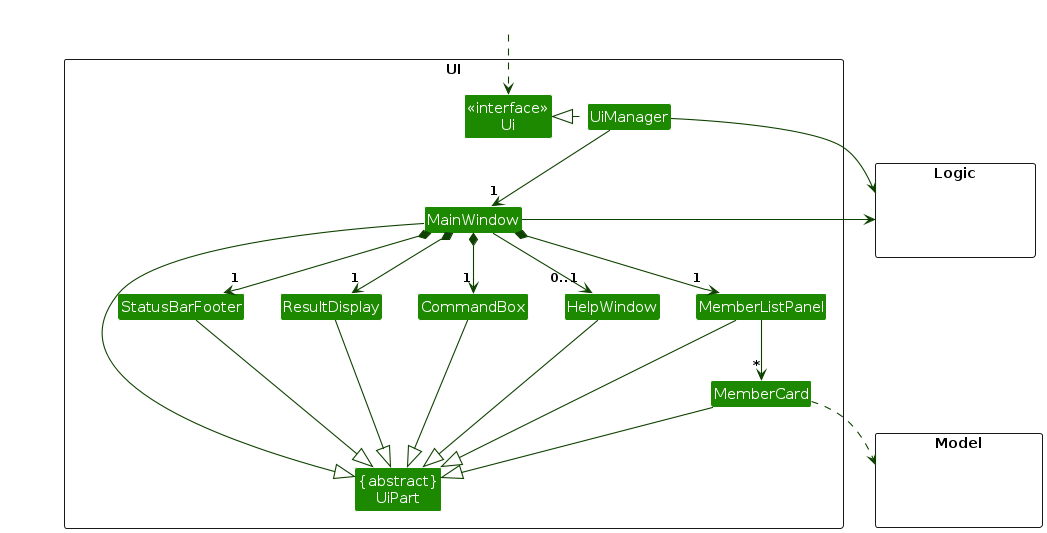
This is diagrams/UiClassDiagram.png from AY2526S1-CS2103T-T11-3/tp, a PlantUML export, as it was before one commit. Its source is kept beside it as diagrams/UiClassDiagram.puml. Its diagram source:
```plantuml
@startuml
!include style.puml
skinparam arrowThickness 1.1
skinparam arrowColor UI_COLOR_T4
skinparam classBackgroundColor UI_COLOR

package UI <<Rectangle>>{
Class "<<interface>>\nUi" as Ui
Class "{abstract}\nUiPart" as UiPart
Class UiManager
Class MainWindow
Class HelpWindow
Class ResultDisplay
Class MemberListPanel
Class MemberCard
Class StatusBarFooter
Class CommandBox
}

package Model <<Rectangle>> {
Class HiddenModel #FFFFFF
}

package Logic <<Rectangle>> {
Class HiddenLogic #FFFFFF
}

Class HiddenOutside #FFFFFF
HiddenOutside ..> Ui

UiManager .left.|> Ui
UiManager -down-> "1" MainWindow
MainWindow *-down->  "1" CommandBox
MainWindow *-down-> "1" ResultDisplay
MainWindow *-down-> "1" MemberListPanel
MainWindow *-down-> "1" StatusBarFooter
MainWindow --> "0..1" HelpWindow

MemberListPanel -down-> "*" MemberCard

MainWindow -left-|> UiPart

ResultDisplay --|> UiPart
CommandBox --|> UiPart
MemberListPanel --|> UiPart
MemberCard --|> UiPart
StatusBarFooter --|> UiPart
HelpWindow --|> UiPart

MemberCard ..> Model
UiManager -right-> Logic
MainWindow -left-> Logic

MemberListPanel -[hidden]left- HelpWindow
HelpWindow -[hidden]left- CommandBox
CommandBox -[hidden]left- ResultDisplay
ResultDisplay -[hidden]left- StatusBarFooter

MainWindow -[hidden]-|> UiPart
@enduml
```
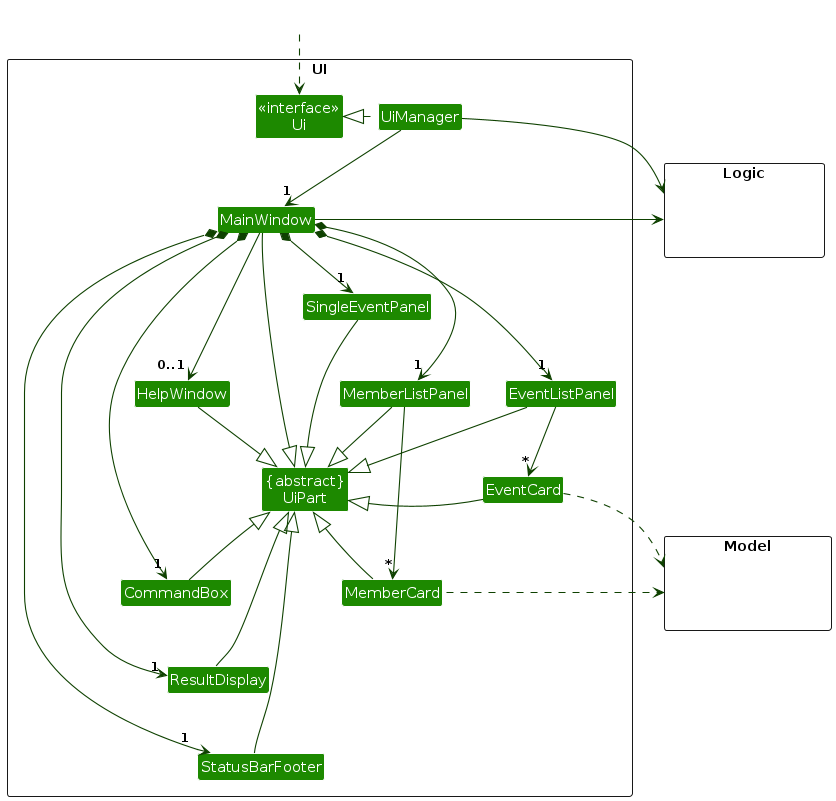
The same file after the commit.

What changed in the source:
```diff
@@ -3,6 +3,7 @@
 skinparam arrowThickness 1.1
 skinparam arrowColor UI_COLOR_T4
 skinparam classBackgroundColor UI_COLOR
+
 
 package UI <<Rectangle>>{
 Class "<<interface>>\nUi" as Ui
@@ -13,6 +14,9 @@
 Class ResultDisplay
 Class MemberListPanel
 Class MemberCard
+Class EventListPanel
+Class EventCard
+Class SingleEventPanel
 Class StatusBarFooter
 Class CommandBox
 }
@@ -35,26 +39,39 @@
 MainWindow *-down-> "1" MemberListPanel
 MainWindow *-down-> "1" StatusBarFooter
 MainWindow --> "0..1" HelpWindow
+MainWindow *-down-> "1" EventListPanel
+MainWindow *-down-> "1" SingleEventPanel
 
 MemberListPanel -down-> "*" MemberCard
+EventListPanel -down-> "*" EventCard
 
-MainWindow -left-|> UiPart
+MainWindow --|> UiPart
 
-ResultDisplay --|> UiPart
-CommandBox --|> UiPart
+ResultDisplay -up-|> UiPart
+CommandBox -up-|> UiPart
 MemberListPanel --|> UiPart
-MemberCard --|> UiPart
-StatusBarFooter --|> UiPart
-HelpWindow --|> UiPart
+MemberCard -left-|> UiPart
+EventListPanel --|> UiPart
+EventCard --|> UiPart
+SingleEventPanel --|> UiPart
+StatusBarFooter -up-|> UiPart
+HelpWindow -down-|> UiPart
 
-MemberCard ..> Model
+MemberCard .up.> Model
+EventCard .down.> Model
 UiManager -right-> Logic
 MainWindow -left-> Logic
 
-MemberListPanel -[hidden]left- HelpWindow
-HelpWindow -[hidden]left- CommandBox
-CommandBox -[hidden]left- ResultDisplay
-ResultDisplay -[hidden]left- StatusBarFooter
+HelpWindow -[hidden]down- CommandBox
+CommandBox -[hidden]down- ResultDisplay
+ResultDisplay -[hidden]down- StatusBarFooter
+ResultDisplay -[hidden]right- UiPart
+StatusBarFooter -[hidden]right- UiPart
+
+MemberCard -[hidden]up- UiPart
+MemberCard -[hidden]left- CommandBox
+EventCard -[hidden]left- UiPart
+SingleEventPanel -[hidden]down- MemberListPanel
 
 MainWindow -[hidden]-|> UiPart
 @enduml
```
